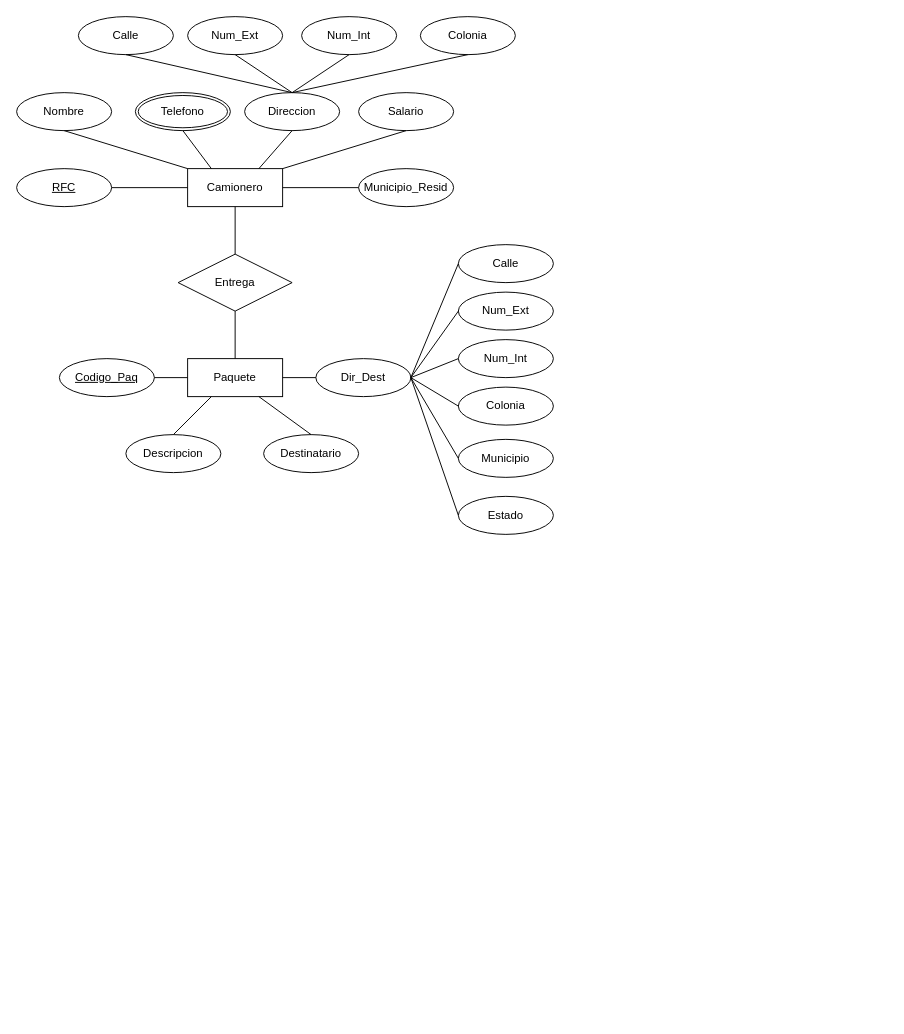
The draw.io diagram Act1-4.drawio in xmr-p/DatabaseCharts, before the edit. Source tidied: cells renumbered, new cells numbered last; positions are measured from the earlier drawing's top-left corner, leaving out a move shared by most shapes. Both pictures are drawn from the tidied source at 95%, with x=0, y=0 at pixel (16, 16).
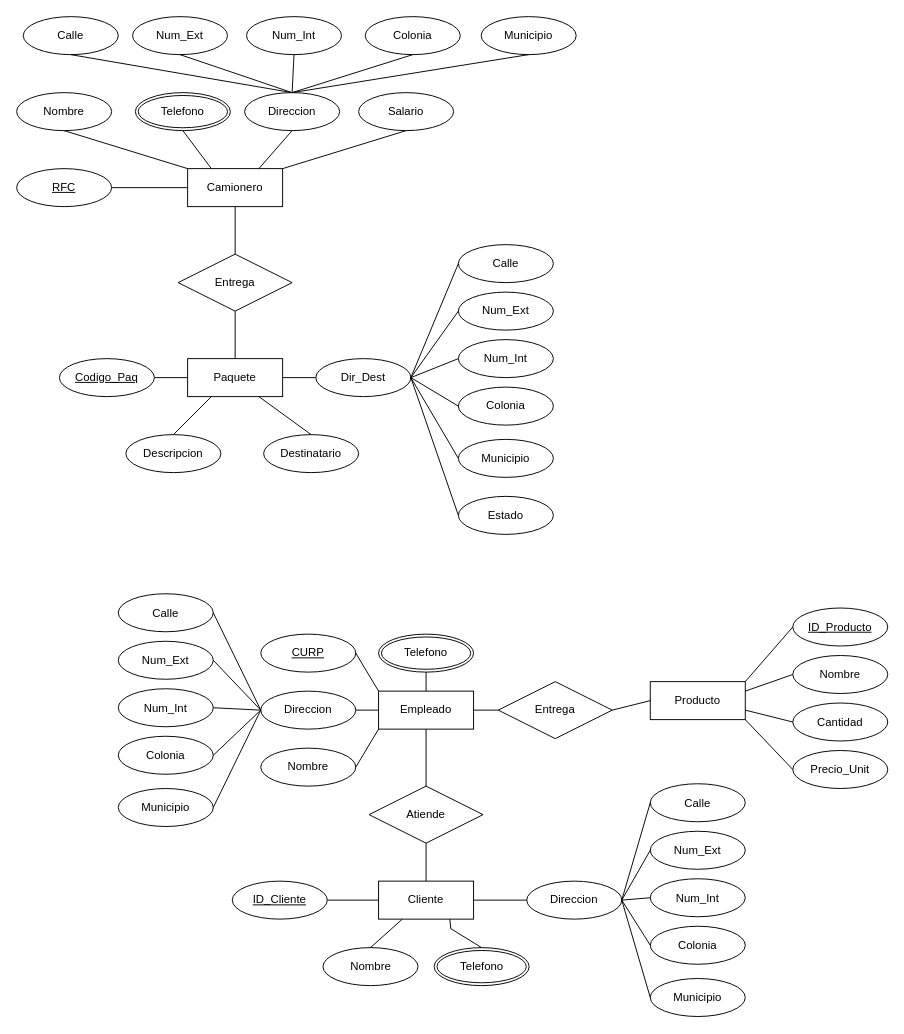
After the change.

The change refers to these unchanged cells:
```xml
<mxCell id="3" value="Camionero" style="whiteSpace=wrap;html=1;align=center;" parent="1" vertex="1">
  <mxGeometry x="180" y="160" width="100" height="40" as="geometry" />
</mxCell>
<mxCell id="9" value="Direccion" style="ellipse;whiteSpace=wrap;html=1;align=center;" parent="1" vertex="1">
  <mxGeometry x="240" y="80" width="100" height="40" as="geometry" />
</mxCell>
```

What changed in the source:
```diff
@@
-    <mxCell id="7" value="Municipio_Resid" style="ellipse;whiteSpace=wrap;html=1;align=center;" parent="1" vertex="1">
-      <mxGeometry x="360" y="160" width="100" height="40" as="geometry" />
+    <mxCell id="7" value="Municipio" style="ellipse;whiteSpace=wrap;html=1;align=center;" parent="1" vertex="1">
+      <mxGeometry x="489" width="100" height="40" as="geometry" />
     </mxCell>
@@
-    <mxCell id="13" style="endArrow=none;html=1;rounded=0;exitX=0;exitY=0.5;exitDx=0;exitDy=0;entryX=1;entryY=0.5;entryDx=0;entryDy=0;" parent="1" edge="1" source="7" target="3">
-      <mxGeometry relative="1" as="geometry" />
-    </mxCell>
@@
     <mxCell id="27" value="Colonia" style="ellipse;whiteSpace=wrap;html=1;align=center;" parent="1" vertex="1">
-      <mxGeometry x="425" width="100" height="40" as="geometry" />
+      <mxGeometry x="367" width="100" height="40" as="geometry" />
     </mxCell>
     <mxCell id="28" value="Num_Int" style="ellipse;whiteSpace=wrap;html=1;align=center;" parent="1" vertex="1">
-      <mxGeometry x="300" width="100" height="40" as="geometry" />
+      <mxGeometry x="242" width="100" height="40" as="geometry" />
     </mxCell>
     <mxCell id="29" value="Num_Ext" style="ellipse;whiteSpace=wrap;html=1;align=center;" parent="1" vertex="1">
-      <mxGeometry x="180" width="100" height="40" as="geometry" />
+      <mxGeometry x="122" width="100" height="40" as="geometry" />
     </mxCell>
     <mxCell id="30" value="Calle" style="ellipse;whiteSpace=wrap;html=1;align=center;" parent="1" vertex="1">
-      <mxGeometry x="65" width="100" height="40" as="geometry" />
+      <mxGeometry x="7" width="100" height="40" as="geometry" />
     </mxCell>
@@
+    <mxCell id="47" style="endArrow=none;html=1;rounded=0;entryX=0.5;entryY=1;entryDx=0;entryDy=0;exitX=0.5;exitY=0;exitDx=0;exitDy=0;" parent="1" edge="1" source="9" target="7">
+      <mxGeometry relative="1" as="geometry" />
+    </mxCell>
+    <mxCell id="48" value="Empleado" style="whiteSpace=wrap;html=1;align=center;" parent="1" vertex="1">
+      <mxGeometry x="381" y="710" width="100" height="40" as="geometry" />
+    </mxCell>
+    <mxCell id="49" value="Cliente" style="whiteSpace=wrap;html=1;align=center;" parent="1" vertex="1">
+      <mxGeometry x="381" y="910" width="100" height="40" as="geometry" />
+    </mxCell>
+    <mxCell id="50" value="Producto" style="whiteSpace=wrap;html=1;align=center;" parent="1" vertex="1">
+      <mxGeometry x="667" y="700" width="100" height="40" as="geometry" />
+    </mxCell>
+    <mxCell id="51" value="Entrega" style="shape=rhombus;perimeter=rhombusPerimeter;whiteSpace=wrap;html=1;align=center;" parent="1" vertex="1">
+      <mxGeometry x="507" y="700" width="120" height="60" as="geometry" />
+    </mxCell>
+    <mxCell id="52" value="Atiende" style="shape=rhombus;perimeter=rhombusPerimeter;whiteSpace=wrap;html=1;align=center;" parent="1" vertex="1">
+      <mxGeometry x="371" y="810" width="120" height="60" as="geometry" />
+    </mxCell>
+    <mxCell id="53" style="endArrow=none;html=1;rounded=0;entryX=0;entryY=0.5;entryDx=0;entryDy=0;exitX=1;exitY=0.5;exitDx=0;exitDy=0;" parent="1" edge="1" source="48" target="51">
+      <mxGeometry relative="1" as="geometry" />
+    </mxCell>
+    <mxCell id="54" style="endArrow=none;html=1;rounded=0;exitX=0;exitY=0.5;exitDx=0;exitDy=0;entryX=1;entryY=0.5;entryDx=0;entryDy=0;" parent="1" edge="1" source="50" target="51">
+      <mxGeometry relative="1" as="geometry" />
+    </mxCell>
+    <mxCell id="55" style="endArrow=none;html=1;rounded=0;exitX=0.5;exitY=1;exitDx=0;exitDy=0;entryX=0.5;entryY=0;entryDx=0;entryDy=0;" parent="1" edge="1" source="52" target="49">
+      <mxGeometry relative="1" as="geometry" />
+    </mxCell>
+    <mxCell id="56" style="endArrow=none;html=1;rounded=0;exitX=0.5;exitY=1;exitDx=0;exitDy=0;entryX=0.5;entryY=0;entryDx=0;entryDy=0;" parent="1" edge="1" source="48" target="52">
+      <mxGeometry relative="1" as="geometry" />
+    </mxCell>
+    <mxCell id="57" value="Nombre" style="ellipse;whiteSpace=wrap;html=1;align=center;" parent="1" vertex="1">
+      <mxGeometry x="257" y="770" width="100" height="40" as="geometry" />
+    </mxCell>
+    <mxCell id="58" value="Direccion" style="ellipse;whiteSpace=wrap;html=1;align=center;" parent="1" vertex="1">
+      <mxGeometry x="257" y="710" width="100" height="40" as="geometry" />
+    </mxCell>
+    <mxCell id="59" value="CURP" style="ellipse;whiteSpace=wrap;html=1;align=center;fontStyle=4;" parent="1" vertex="1">
+      <mxGeometry x="257" y="650" width="100" height="40" as="geometry" />
+    </mxCell>
+    <mxCell id="60" value="Telefono" style="ellipse;shape=doubleEllipse;margin=3;whiteSpace=wrap;html=1;align=center;" parent="1" vertex="1">
+      <mxGeometry x="381" y="650" width="100" height="40" as="geometry" />
+    </mxCell>
+    <mxCell id="61" style="endArrow=none;html=1;rounded=0;exitX=1;exitY=0.5;exitDx=0;exitDy=0;entryX=0;entryY=1;entryDx=0;entryDy=0;" parent="1" edge="1" source="57" target="48">
+      <mxGeometry relative="1" as="geometry" />
+    </mxCell>
+    <mxCell id="62" style="endArrow=none;html=1;rounded=0;exitX=1;exitY=0.5;exitDx=0;exitDy=0;entryX=0;entryY=0.5;entryDx=0;entryDy=0;" parent="1" edge="1" source="58" target="48">
+      <mxGeometry relative="1" as="geometry" />
+    </mxCell>
+    <mxCell id="63" style="endArrow=none;html=1;rounded=0;entryX=1;entryY=0.5;entryDx=0;entryDy=0;exitX=0;exitY=0;exitDx=0;exitDy=0;" parent="1" edge="1" source="48" target="59">
+      <mxGeometry relative="1" as="geometry" />
+    </mxCell>
+    <mxCell id="64" style="endArrow=none;html=1;rounded=0;entryX=0.5;entryY=1;entryDx=0;entryDy=0;exitX=0.5;exitY=0;exitDx=0;exitDy=0;" parent="1" edge="1" source="48" target="60">
+      <mxGeometry relative="1" as="geometry" />
+    </mxCell>
+    <mxCell id="65" value="Colonia" style="ellipse;whiteSpace=wrap;html=1;align=center;" parent="1" vertex="1">
+      <mxGeometry x="107" y="757.5" width="100" height="40" as="geometry" />
+    </mxCell>
+    <mxCell id="66" value="Num_Int" style="ellipse;whiteSpace=wrap;html=1;align=center;" parent="1" vertex="1">
+      <mxGeometry x="107" y="707.5" width="100" height="40" as="geometry" />
+    </mxCell>
+    <mxCell id="67" value="Num_Ext" style="ellipse;whiteSpace=wrap;html=1;align=center;" parent="1" vertex="1">
+      <mxGeometry x="107" y="657.5" width="100" height="40" as="geometry" />
+    </mxCell>
+    <mxCell id="68" value="Calle" style="ellipse;whiteSpace=wrap;html=1;align=center;" parent="1" vertex="1">
+      <mxGeometry x="107" y="607.5" width="100" height="40" as="geometry" />
+    </mxCell>
+    <mxCell id="69" value="Municipio" style="ellipse;whiteSpace=wrap;html=1;align=center;" parent="1" vertex="1">
+      <mxGeometry x="107" y="812.5" width="100" height="40" as="geometry" />
+    </mxCell>
+    <mxCell id="70" style="endArrow=none;html=1;rounded=0;exitX=1;exitY=0.5;exitDx=0;exitDy=0;entryX=0;entryY=0.5;entryDx=0;entryDy=0;" parent="1" edge="1" source="69" target="58">
+      <mxGeometry relative="1" as="geometry" />
+    </mxCell>
+    <mxCell id="71" style="endArrow=none;html=1;rounded=0;exitX=1;exitY=0.5;exitDx=0;exitDy=0;entryX=0;entryY=0.5;entryDx=0;entryDy=0;" parent="1" edge="1" source="65" target="58">
+      <mxGeometry relative="1" as="geometry" />
+    </mxCell>
+    <mxCell id="72" style="endArrow=none;html=1;rounded=0;exitX=1;exitY=0.5;exitDx=0;exitDy=0;entryX=0;entryY=0.5;entryDx=0;entryDy=0;" parent="1" edge="1" source="66" target="58">
+      <mxGeometry relative="1" as="geometry" />
+    </mxCell>
+    <mxCell id="73" style="endArrow=none;html=1;rounded=0;exitX=1;exitY=0.5;exitDx=0;exitDy=0;entryX=0;entryY=0.5;entryDx=0;entryDy=0;" parent="1" edge="1" source="67" target="58">
+      <mxGeometry relative="1" as="geometry" />
+    </mxCell>
+    <mxCell id="74" style="endArrow=none;html=1;rounded=0;exitX=1;exitY=0.5;exitDx=0;exitDy=0;entryX=0;entryY=0.5;entryDx=0;entryDy=0;" parent="1" edge="1" source="68" target="58">
+      <mxGeometry relative="1" as="geometry" />
+    </mxCell>
+    <mxCell id="75" value="Nombre" style="ellipse;whiteSpace=wrap;html=1;align=center;" parent="1" vertex="1">
+      <mxGeometry x="322.5" y="980" width="100" height="40" as="geometry" />
+    </mxCell>
+    <mxCell id="76" value="ID_Cliente" style="ellipse;whiteSpace=wrap;html=1;align=center;fontStyle=4;" parent="1" vertex="1">
+      <mxGeometry x="227" y="910" width="100" height="40" as="geometry" />
+    </mxCell>
+    <mxCell id="77" value="Telefono" style="ellipse;shape=doubleEllipse;margin=3;whiteSpace=wrap;html=1;align=center;" parent="1" vertex="1">
+      <mxGeometry x="439.5" y="980" width="100" height="40" as="geometry" />
+    </mxCell>
+    <mxCell id="78" value="Direccion" style="ellipse;whiteSpace=wrap;html=1;align=center;" parent="1" vertex="1">
+      <mxGeometry x="537" y="910" width="100" height="40" as="geometry" />
+    </mxCell>
+    <mxCell id="79" style="endArrow=none;html=1;rounded=0;exitX=1;exitY=0.5;exitDx=0;exitDy=0;entryX=0;entryY=0.5;entryDx=0;entryDy=0;" parent="1" edge="1" source="49" target="78">
+      <mxGeometry relative="1" as="geometry" />
+    </mxCell>
+    <mxCell id="80" style="endArrow=none;html=1;rounded=0;exitX=0.75;exitY=1;exitDx=0;exitDy=0;entryX=0.5;entryY=0;entryDx=0;entryDy=0;" parent="1" edge="1" source="49" target="77">
+      <mxGeometry relative="1" as="geometry">
+        <Array as="points">
+          <mxPoint x="457" y="960" />
+        </Array>
+      </mxGeometry>
+    </mxCell>
+    <mxCell id="81" style="endArrow=none;html=1;rounded=0;exitX=0.5;exitY=0;exitDx=0;exitDy=0;entryX=0.25;entryY=1;entryDx=0;entryDy=0;" parent="1" edge="1" source="75" target="49">
+      <mxGeometry relative="1" as="geometry" />
+    </mxCell>
+    <mxCell id="82" style="endArrow=none;html=1;rounded=0;exitX=1;exitY=0.5;exitDx=0;exitDy=0;entryX=0;entryY=0.5;entryDx=0;entryDy=0;" parent="1" edge="1" source="76" target="49">
+      <mxGeometry relative="1" as="geometry" />
+    </mxCell>
+    <mxCell id="83" value="Colonia" style="ellipse;whiteSpace=wrap;html=1;align=center;" parent="1" vertex="1">
+      <mxGeometry x="667" y="957.5" width="100" height="40" as="geometry" />
+    </mxCell>
+    <mxCell id="84" value="Num_Int" style="ellipse;whiteSpace=wrap;html=1;align=center;" parent="1" vertex="1">
+      <mxGeometry x="667" y="907.5" width="100" height="40" as="geometry" />
+    </mxCell>
+    <mxCell id="85" value="Num_Ext" style="ellipse;whiteSpace=wrap;html=1;align=center;" parent="1" vertex="1">
+      <mxGeometry x="667" y="857.5" width="100" height="40" as="geometry" />
+    </mxCell>
+    <mxCell id="86" value="Calle" style="ellipse;whiteSpace=wrap;html=1;align=center;" parent="1" vertex="1">
+      <mxGeometry x="667" y="807.5" width="100" height="40" as="geometry" />
+    </mxCell>
+    <mxCell id="87" value="Municipio" style="ellipse;whiteSpace=wrap;html=1;align=center;" parent="1" vertex="1">
+      <mxGeometry x="667" y="1012.5" width="100" height="40" as="geometry" />
+    </mxCell>
+    <mxCell id="88" style="endArrow=none;html=1;rounded=0;exitX=1;exitY=0.5;exitDx=0;exitDy=0;entryX=0;entryY=0.5;entryDx=0;entryDy=0;" parent="1" edge="1" source="78" target="87">
+      <mxGeometry relative="1" as="geometry" />
+    </mxCell>
+    <mxCell id="89" style="endArrow=none;html=1;rounded=0;exitX=1;exitY=0.5;exitDx=0;exitDy=0;entryX=0;entryY=0.5;entryDx=0;entryDy=0;" parent="1" edge="1" source="78" target="83">
+      <mxGeometry relative="1" as="geometry" />
+    </mxCell>
+    <mxCell id="90" style="endArrow=none;html=1;rounded=0;exitX=1;exitY=0.5;exitDx=0;exitDy=0;entryX=0;entryY=0.5;entryDx=0;entryDy=0;" parent="1" edge="1" source="78" target="84">
+      <mxGeometry relative="1" as="geometry" />
+    </mxCell>
+    <mxCell id="91" style="endArrow=none;html=1;rounded=0;exitX=1;exitY=0.5;exitDx=0;exitDy=0;entryX=0;entryY=0.5;entryDx=0;entryDy=0;" parent="1" edge="1" source="78" target="85">
+      <mxGeometry relative="1" as="geometry" />
+    </mxCell>
+    <mxCell id="92" style="endArrow=none;html=1;rounded=0;exitX=1;exitY=0.5;exitDx=0;exitDy=0;entryX=0;entryY=0.5;entryDx=0;entryDy=0;" parent="1" edge="1" source="78" target="86">
+      <mxGeometry relative="1" as="geometry" />
+    </mxCell>
+    <mxCell id="93" value="ID_Producto" style="ellipse;whiteSpace=wrap;html=1;align=center;fontStyle=4;" parent="1" vertex="1">
+      <mxGeometry x="817" y="622.5" width="100" height="40" as="geometry" />
+    </mxCell>
+    <mxCell id="94" value="Nombre" style="ellipse;whiteSpace=wrap;html=1;align=center;" parent="1" vertex="1">
+      <mxGeometry x="817" y="672.5" width="100" height="40" as="geometry" />
+    </mxCell>
+    <mxCell id="95" value="Cantidad" style="ellipse;whiteSpace=wrap;html=1;align=center;" parent="1" vertex="1">
+      <mxGeometry x="817" y="722.5" width="100" height="40" as="geometry" />
+    </mxCell>
+    <mxCell id="96" value="Precio_Unit" style="ellipse;whiteSpace=wrap;html=1;align=center;" parent="1" vertex="1">
+      <mxGeometry x="817" y="772.5" width="100" height="40" as="geometry" />
+    </mxCell>
+    <mxCell id="97" style="endArrow=none;html=1;rounded=0;entryX=0;entryY=0.5;entryDx=0;entryDy=0;exitX=1;exitY=1;exitDx=0;exitDy=0;" parent="1" edge="1" source="50" target="96">
+      <mxGeometry relative="1" as="geometry" />
+    </mxCell>
+    <mxCell id="98" style="endArrow=none;html=1;rounded=0;entryX=0;entryY=0.5;entryDx=0;entryDy=0;exitX=1;exitY=0.75;exitDx=0;exitDy=0;" parent="1" edge="1" source="50" target="95">
+      <mxGeometry relative="1" as="geometry" />
+    </mxCell>
+    <mxCell id="99" style="endArrow=none;html=1;rounded=0;entryX=0;entryY=0.5;entryDx=0;entryDy=0;exitX=1;exitY=0.25;exitDx=0;exitDy=0;" parent="1" edge="1" source="50" target="94">
+      <mxGeometry relative="1" as="geometry" />
+    </mxCell>
+    <mxCell id="100" style="endArrow=none;html=1;rounded=0;entryX=1;entryY=0;entryDx=0;entryDy=0;exitX=0;exitY=0.5;exitDx=0;exitDy=0;" parent="1" edge="1" source="93" target="50">
+      <mxGeometry relative="1" as="geometry" />
+    </mxCell>
```
